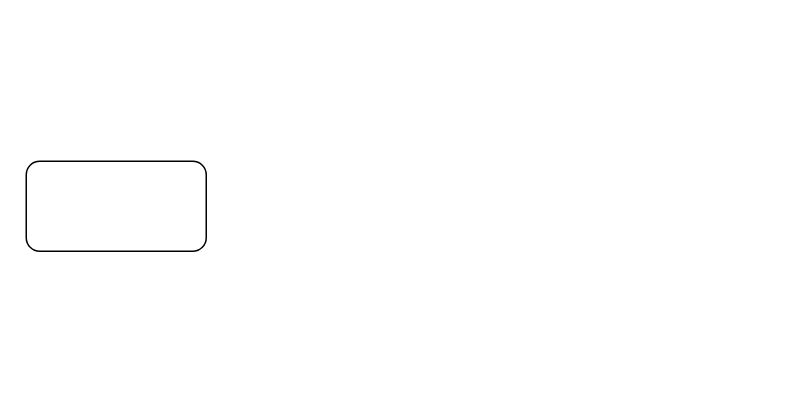
Earlier version of the draw.io diagram inbox.drawio (Nicko-Ch/draw.io). Source tidied: cells renumbered, new cells numbered last; positions are measured from the earlier drawing's top-left corner, leaving out a move shared by most shapes. Both pictures are drawn from the tidied source at 150%, with x=0, y=0 at pixel (26, 160).
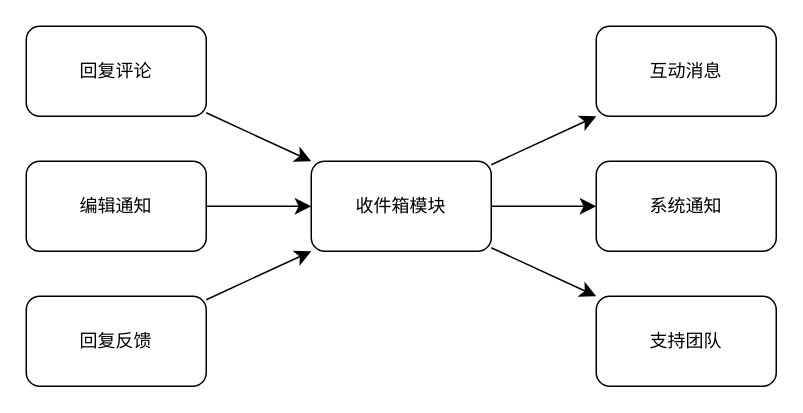
Above is the later version.

Diff of the diagram source:
```diff
@@
 <mxGraphModel>
   <root>
     <mxCell id="0" />
     <mxCell id="1" parent="0" />
+    <mxCell id="3" style="edgeStyle=none;curved=1;rounded=0;jettySize=auto;html=1;entryX=0;entryY=0.5;entryDx=0;entryDy=0;fontSize=12;startSize=8;endSize=8;" parent="1" edge="1" source="2" target="7">
+      <mxGeometry relative="1" as="geometry" />
+    </mxCell>
-    <mxCell id="2" style="rounded=1;whiteSpace=wrap;html=1;" parent="1" vertex="1">
+    <mxCell id="2" value="编辑通知" style="rounded=1;whiteSpace=wrap;html=1;" parent="1" vertex="1">
       <mxGeometry width="120" height="60" as="geometry" />
     </mxCell>
+    <mxCell id="4" style="edgeStyle=none;curved=1;rounded=0;jettySize=auto;html=1;entryX=0;entryY=1;entryDx=0;entryDy=0;fontSize=12;startSize=8;endSize=8;" parent="1" edge="1" source="7" target="14">
+      <mxGeometry relative="1" as="geometry" />
+    </mxCell>
+    <mxCell id="5" style="edgeStyle=none;curved=1;rounded=0;jettySize=auto;html=1;entryX=0;entryY=0.5;entryDx=0;entryDy=0;fontSize=12;startSize=8;endSize=8;" parent="1" edge="1" source="7" target="12">
+      <mxGeometry relative="1" as="geometry" />
+    </mxCell>
+    <mxCell id="6" style="edgeStyle=none;curved=1;rounded=0;jettySize=auto;html=1;entryX=0;entryY=0;entryDx=0;entryDy=0;fontSize=12;startSize=8;endSize=8;" parent="1" edge="1" source="7" target="13">
+      <mxGeometry relative="1" as="geometry" />
+    </mxCell>
+    <mxCell id="7" value="收件箱模块" style="whiteSpace=wrap;html=1;rounded=1;" parent="1" vertex="1">
+      <mxGeometry x="190" width="120" height="60" as="geometry" />
+    </mxCell>
+    <mxCell id="8" style="edgeStyle=none;curved=1;rounded=0;jettySize=auto;html=1;entryX=0;entryY=0;entryDx=0;entryDy=0;fontSize=12;startSize=8;endSize=8;" parent="1" edge="1" source="9" target="7">
+      <mxGeometry relative="1" as="geometry" />
+    </mxCell>
+    <mxCell id="9" value="回复评论" style="rounded=1;whiteSpace=wrap;html=1;" parent="1" vertex="1">
+      <mxGeometry y="-90" width="120" height="60" as="geometry" />
+    </mxCell>
+    <mxCell id="10" style="edgeStyle=none;curved=1;rounded=0;jettySize=auto;html=1;entryX=0;entryY=1;entryDx=0;entryDy=0;fontSize=12;startSize=8;endSize=8;" parent="1" edge="1" source="11" target="7">
+      <mxGeometry relative="1" as="geometry" />
+    </mxCell>
+    <mxCell id="11" value="回复反馈" style="rounded=1;whiteSpace=wrap;html=1;" parent="1" vertex="1">
+      <mxGeometry y="90" width="120" height="60" as="geometry" />
+    </mxCell>
+    <mxCell id="12" value="系统通知" style="rounded=1;whiteSpace=wrap;html=1;" parent="1" vertex="1">
+      <mxGeometry x="380" width="120" height="60" as="geometry" />
+    </mxCell>
+    <mxCell id="13" value="支持团队" style="rounded=1;whiteSpace=wrap;html=1;" parent="1" vertex="1">
+      <mxGeometry x="380" y="90" width="120" height="60" as="geometry" />
+    </mxCell>
+    <mxCell id="14" value="互动消息" style="rounded=1;whiteSpace=wrap;html=1;" parent="1" vertex="1">
+      <mxGeometry x="380" y="-90" width="120" height="60" as="geometry" />
+    </mxCell>
   </root>
 </mxGraphModel>
```
